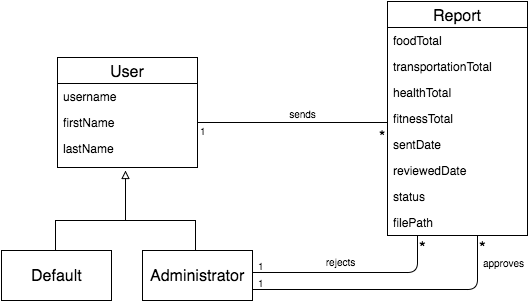
Before: imagenes/class_diagram_server.png, a diagram exported from draw.io (susana1710/libro-pasantia). Source tidied: cells renumbered, new cells last; positions are measured from the earlier drawing's top-left corner, leaving out a move shared by most shapes.
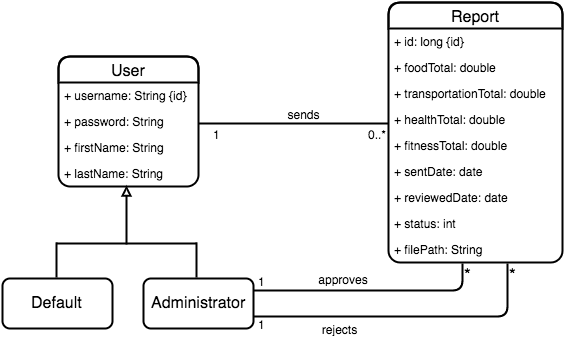
Later version of the same file.

What changed in the source:
```diff
@@ -2,101 +2,101 @@
   <root>
     <mxCell id="0" />
     <mxCell id="1" parent="0" />
-    <mxCell id="2" value="User" style="swimlane;html=1;fontStyle=0;horizontal=1;startSize=26;fillColor=none;swimlaneFillColor=#ffffff;fontSize=16;" parent="1" vertex="1">
-      <mxGeometry x="56" y="56" width="140" height="110" as="geometry" />
+    <mxCell id="2" value="User" style="swimlane;html=1;fontStyle=0;horizontal=1;startSize=26;fillColor=none;swimlaneFillColor=#ffffff;fontSize=16;rounded=1;shadow=0;comic=0;glass=0;strokeWidth=2;" parent="1" vertex="1">
+      <mxGeometry x="56" y="54" width="140" height="130" as="geometry" />
     </mxCell>
-    <mxCell id="3" value="username" style="text;html=1;strokeColor=none;fillColor=none;align=left;verticalAlign=top;spacingLeft=4;spacingRight=4;whiteSpace=wrap;overflow=hidden;" parent="2" vertex="1">
-      <mxGeometry y="26" width="140" height="26" as="geometry" />
-    </mxCell>
+    <mxCell id="33" value="&lt;span&gt;+ username: String {id}&lt;/span&gt;" style="text;html=1;strokeColor=none;fillColor=none;align=left;verticalAlign=top;spacingLeft=4;spacingRight=4;whiteSpace=wrap;overflow=hidden;" parent="2" vertex="1">
+      <mxGeometry y="26" width="140" height="26" as="geometry" />
+    </mxCell>
+    <mxCell id="34" value="+ password: String" style="text;html=1;strokeColor=none;fillColor=none;align=left;verticalAlign=top;spacingLeft=4;spacingRight=4;whiteSpace=wrap;overflow=hidden;" parent="2" vertex="1">
+      <mxGeometry y="52" width="140" height="26" as="geometry" />
+    </mxCell>
-    <mxCell id="4" value="firstName" style="text;html=1;strokeColor=none;fillColor=none;align=left;verticalAlign=top;spacingLeft=4;spacingRight=4;whiteSpace=wrap;overflow=hidden;" parent="2" vertex="1">
-      <mxGeometry y="52" width="140" height="26" as="geometry" />
+    <mxCell id="4" value="+ firstName: String" style="text;html=1;strokeColor=none;fillColor=none;align=left;verticalAlign=top;spacingLeft=4;spacingRight=4;whiteSpace=wrap;overflow=hidden;" parent="2" vertex="1">
+      <mxGeometry y="78" width="140" height="26" as="geometry" />
     </mxCell>
-    <mxCell id="5" value="lastName" style="text;html=1;strokeColor=none;fillColor=none;align=left;verticalAlign=top;spacingLeft=4;spacingRight=4;whiteSpace=wrap;overflow=hidden;points=[[0,0.5],[1,0.5]];portConstraint=eastwest;" parent="2" vertex="1">
-      <mxGeometry y="78" width="140" height="26" as="geometry" />
+    <mxCell id="5" value="+ lastName: String" style="text;html=1;strokeColor=none;fillColor=none;align=left;verticalAlign=top;spacingLeft=4;spacingRight=4;whiteSpace=wrap;overflow=hidden;points=[[0,0.5],[1,0.5]];portConstraint=eastwest;" parent="2" vertex="1">
+      <mxGeometry y="104" width="140" height="26" as="geometry" />
     </mxCell>
-    <mxCell id="6" value="Report" style="swimlane;html=1;fontStyle=0;horizontal=1;startSize=26;fillColor=none;swimlaneFillColor=#ffffff;fontSize=16;" parent="1" vertex="1">
-      <mxGeometry x="386" width="140" height="234" as="geometry" />
+    <mxCell id="6" value="Report" style="swimlane;html=1;fontStyle=0;horizontal=1;startSize=26;fillColor=none;swimlaneFillColor=#ffffff;fontSize=16;rounded=1;shadow=0;strokeWidth=2;" parent="1" vertex="1">
+      <mxGeometry x="386" width="174" height="260" as="geometry" />
     </mxCell>
+    <mxCell id="35" value="+ id: long {id}&lt;br&gt;" style="text;html=1;strokeColor=none;fillColor=none;align=left;verticalAlign=top;spacingLeft=4;spacingRight=4;whiteSpace=wrap;overflow=hidden;" parent="6" vertex="1">
+      <mxGeometry y="26" width="174" height="26" as="geometry" />
+    </mxCell>
-    <mxCell id="7" value="foodTotal" style="text;html=1;strokeColor=none;fillColor=none;align=left;verticalAlign=top;spacingLeft=4;spacingRight=4;whiteSpace=wrap;overflow=hidden;" parent="6" vertex="1">
-      <mxGeometry y="26" width="140" height="26" as="geometry" />
+    <mxCell id="7" value="+ foodTotal: double" style="text;html=1;strokeColor=none;fillColor=none;align=left;verticalAlign=top;spacingLeft=4;spacingRight=4;whiteSpace=wrap;overflow=hidden;" parent="6" vertex="1">
+      <mxGeometry y="52" width="174" height="26" as="geometry" />
     </mxCell>
-    <mxCell id="8" value="transportationTotal" style="text;html=1;strokeColor=none;fillColor=none;align=left;verticalAlign=top;spacingLeft=4;spacingRight=4;whiteSpace=wrap;overflow=hidden;" parent="6" vertex="1">
-      <mxGeometry y="52" width="140" height="26" as="geometry" />
+    <mxCell id="8" value="+ transportationTotal: double" style="text;html=1;strokeColor=none;fillColor=none;align=left;verticalAlign=top;spacingLeft=4;spacingRight=4;whiteSpace=wrap;overflow=hidden;" parent="6" vertex="1">
+      <mxGeometry y="78" width="174" height="26" as="geometry" />
     </mxCell>
-    <mxCell id="9" value="healthTotal" style="text;html=1;strokeColor=none;fillColor=none;align=left;verticalAlign=top;spacingLeft=4;spacingRight=4;whiteSpace=wrap;overflow=hidden;" parent="6" vertex="1">
-      <mxGeometry y="78" width="140" height="26" as="geometry" />
+    <mxCell id="9" value="+ healthTotal: double" style="text;html=1;strokeColor=none;fillColor=none;align=left;verticalAlign=top;spacingLeft=4;spacingRight=4;whiteSpace=wrap;overflow=hidden;" parent="6" vertex="1">
+      <mxGeometry y="104" width="174" height="26" as="geometry" />
     </mxCell>
-    <mxCell id="10" value="fitnessTotal" style="text;html=1;strokeColor=none;fillColor=none;align=left;verticalAlign=top;spacingLeft=4;spacingRight=4;whiteSpace=wrap;overflow=hidden;" parent="6" vertex="1">
-      <mxGeometry y="104" width="140" height="26" as="geometry" />
-    </mxCell>
+    <mxCell id="36" value="+ fitnessTotal: double" style="text;html=1;strokeColor=none;fillColor=none;align=left;verticalAlign=top;spacingLeft=4;spacingRight=4;whiteSpace=wrap;overflow=hidden;" parent="6" vertex="1">
+      <mxGeometry y="130" width="174" height="26" as="geometry" />
+    </mxCell>
-    <mxCell id="11" value="sentDate" style="text;html=1;strokeColor=none;fillColor=none;align=left;verticalAlign=top;spacingLeft=4;spacingRight=4;whiteSpace=wrap;overflow=hidden;" parent="6" vertex="1">
-      <mxGeometry y="130" width="140" height="26" as="geometry" />
+    <mxCell id="11" value="+ sentDate: date" style="text;html=1;strokeColor=none;fillColor=none;align=left;verticalAlign=top;spacingLeft=4;spacingRight=4;whiteSpace=wrap;overflow=hidden;" parent="6" vertex="1">
+      <mxGeometry y="156" width="174" height="26" as="geometry" />
     </mxCell>
-    <mxCell id="12" value="reviewedDate" style="text;html=1;strokeColor=none;fillColor=none;align=left;verticalAlign=top;spacingLeft=4;spacingRight=4;whiteSpace=wrap;overflow=hidden;" parent="6" vertex="1">
-      <mxGeometry y="156" width="140" height="26" as="geometry" />
+    <mxCell id="12" value="+ reviewedDate: date" style="text;html=1;strokeColor=none;fillColor=none;align=left;verticalAlign=top;spacingLeft=4;spacingRight=4;whiteSpace=wrap;overflow=hidden;rounded=1;shadow=1;" parent="6" vertex="1">
+      <mxGeometry y="182" width="174" height="26" as="geometry" />
     </mxCell>
-    <mxCell id="13" value="status" style="text;html=1;strokeColor=none;fillColor=none;align=left;verticalAlign=top;spacingLeft=4;spacingRight=4;whiteSpace=wrap;overflow=hidden;" parent="6" vertex="1">
-      <mxGeometry y="182" width="140" height="26" as="geometry" />
+    <mxCell id="13" value="+ status: int" style="text;html=1;strokeColor=none;fillColor=none;align=left;verticalAlign=top;spacingLeft=4;spacingRight=4;whiteSpace=wrap;overflow=hidden;" parent="6" vertex="1">
+      <mxGeometry y="208" width="174" height="26" as="geometry" />
     </mxCell>
-    <mxCell id="14" value="filePath" style="text;html=1;strokeColor=none;fillColor=none;align=left;verticalAlign=top;spacingLeft=4;spacingRight=4;whiteSpace=wrap;overflow=hidden;" parent="6" vertex="1">
-      <mxGeometry y="208" width="140" height="26" as="geometry" />
+    <mxCell id="14" value="+ filePath: String" style="text;html=1;strokeColor=none;fillColor=none;align=left;verticalAlign=top;spacingLeft=4;spacingRight=4;whiteSpace=wrap;overflow=hidden;" parent="6" vertex="1">
+      <mxGeometry y="234" width="174" height="26" as="geometry" />
     </mxCell>
-    <mxCell id="15" style="endArrow=none;html=1;edgeStyle=orthogonalEdgeStyle;fontSize=16;" parent="1" edge="1">
+    <mxCell id="15" style="endArrow=none;html=1;edgeStyle=orthogonalEdgeStyle;fontSize=16;startArrow=none;startFill=0;startSize=11;strokeWidth=2;" parent="1" edge="1">
       <mxGeometry relative="1" as="geometry">
         <mxPoint x="196" y="121" as="sourcePoint" />
         <mxPoint x="386" y="121" as="targetPoint" />
       </mxGeometry>
     </mxCell>
-    <mxCell id="16" value="1" style="html=1;align=left;verticalAlign=bottom;labelBackgroundColor=#ffffff;fontSize=10;" parent="15" vertex="1">
-      <mxGeometry x="-1" relative="1" as="geometry">
-        <mxPoint y="16" as="offset" />
-      </mxGeometry>
-    </mxCell>
-    <mxCell id="17" value="*" style="html=1;align=right;verticalAlign=bottom;labelBackgroundColor=#ffffff;fontSize=16;" parent="15" vertex="1">
+    <mxCell id="17" value="&lt;font style=&quot;font-size: 12px&quot;&gt;0..*&lt;/font&gt;" style="html=1;align=right;verticalAlign=bottom;labelBackgroundColor=#ffffff;fontSize=16;" parent="15" vertex="1">
       <mxGeometry x="1" relative="1" as="geometry">
-        <mxPoint y="26" as="offset" />
+        <mxPoint y="22" as="offset" />
       </mxGeometry>
     </mxCell>
-    <mxCell id="18" value="&lt;font style=&quot;font-size: 10px&quot;&gt;sends&lt;/font&gt;" style="text;html=1;strokeColor=none;fillColor=none;align=center;verticalAlign=middle;whiteSpace=wrap;overflow=hidden;fontSize=16;" parent="1" vertex="1">
+    <mxCell id="18" value="&lt;font style=&quot;font-size: 12px&quot;&gt;sends&lt;/font&gt;" style="text;html=1;strokeColor=none;fillColor=none;align=center;verticalAlign=middle;whiteSpace=wrap;overflow=hidden;fontSize=16;strokeWidth=1;" parent="1" vertex="1">
       <mxGeometry x="276" y="101" width="50" height="20" as="geometry" />
     </mxCell>
-    <mxCell id="19" value="Default" style="html=1;fontSize=16;" parent="1" vertex="1">
-      <mxGeometry y="249" width="110" height="50" as="geometry" />
+    <mxCell id="19" value="Default" style="html=1;fontSize=16;rounded=1;shadow=0;strokeWidth=2;" parent="1" vertex="1">
+      <mxGeometry y="276" width="110" height="50" as="geometry" />
     </mxCell>
-    <mxCell id="20" value="Administrator" style="html=1;fontSize=16;" parent="1" vertex="1">
-      <mxGeometry x="141" y="249" width="110" height="50" as="geometry" />
+    <mxCell id="20" value="Administrator" style="html=1;fontSize=16;rounded=1;shadow=0;strokeWidth=2;" parent="1" vertex="1">
+      <mxGeometry x="141" y="276" width="110" height="50" as="geometry" />
     </mxCell>
-    <mxCell id="21" style="endArrow=block;html=1;entryX=0.5;entryY=1;endFill=0;" parent="1" edge="1">
-      <mxGeometry x="124" y="169" as="geometry">
-        <mxPoint x="124" y="219" as="sourcePoint" />
-        <mxPoint x="124" y="169" as="targetPoint" />
+    <mxCell id="21" style="endArrow=block;html=1;entryX=0.486;entryY=0.962;endFill=0;strokeWidth=2;entryPerimeter=0;" parent="1" edge="1" target="5">
+      <mxGeometry x="124" y="191" as="geometry">
+        <mxPoint x="124" y="242" as="sourcePoint" />
       </mxGeometry>
     </mxCell>
-    <mxCell id="22" style="endArrow=none;html=1;endFill=0;" parent="1" edge="1">
-      <mxGeometry x="54" y="219" as="geometry">
-        <mxPoint x="194" y="219" as="sourcePoint" />
-        <mxPoint x="54" y="219" as="targetPoint" />
+    <mxCell id="22" style="endArrow=none;html=1;endFill=0;strokeWidth=2;" parent="1" edge="1">
+      <mxGeometry x="54" y="241" as="geometry">
+        <mxPoint x="194" y="241" as="sourcePoint" />
+        <mxPoint x="54" y="241" as="targetPoint" />
       </mxGeometry>
     </mxCell>
-    <mxCell id="23" style="endArrow=none;html=1;endFill=0;" parent="1" edge="1">
-      <mxGeometry x="54" y="219" as="geometry">
-        <mxPoint x="54" y="219" as="sourcePoint" />
-        <mxPoint x="54" y="249" as="targetPoint" />
+    <mxCell id="23" style="endArrow=none;html=1;endFill=0;strokeWidth=2;" parent="1" edge="1">
+      <mxGeometry x="54" y="224" as="geometry">
+        <mxPoint x="54" y="240" as="sourcePoint" />
+        <mxPoint x="54" y="275" as="targetPoint" />
       </mxGeometry>
     </mxCell>
-    <mxCell id="24" style="endArrow=none;html=1;endFill=0;" parent="1" edge="1">
-      <mxGeometry x="87" y="219" as="geometry">
-        <mxPoint x="194" y="219" as="sourcePoint" />
-        <mxPoint x="194" y="249" as="targetPoint" />
+    <mxCell id="24" style="endArrow=none;html=1;endFill=0;strokeWidth=2;" parent="1" edge="1">
+      <mxGeometry x="87" y="224" as="geometry">
+        <mxPoint x="194" y="240" as="sourcePoint" />
+        <mxPoint x="194" y="275" as="targetPoint" />
       </mxGeometry>
     </mxCell>
-    <mxCell id="25" style="endArrow=none;html=1;edgeStyle=orthogonalEdgeStyle;fontSize=16;entryX=1;entryY=0.5;" parent="1" edge="1">
+    <mxCell id="25" style="endArrow=none;html=1;edgeStyle=orthogonalEdgeStyle;fontSize=16;strokeWidth=2;" parent="1" edge="1">
       <mxGeometry relative="1" as="geometry">
-        <mxPoint x="416" y="235" as="sourcePoint" />
-        <mxPoint x="251" y="271" as="targetPoint" />
+        <mxPoint x="460" y="261" as="sourcePoint" />
+        <mxPoint x="251" y="288" as="targetPoint" />
         <Array as="points">
-          <mxPoint x="416" y="235" />
-          <mxPoint x="416" y="271" />
+          <mxPoint x="460" y="261" />
+          <mxPoint x="460" y="288" />
         </Array>
       </mxGeometry>
     </mxCell>
@@ -105,35 +105,40 @@
         <mxPoint x="-1" y="22" as="offset" />
       </mxGeometry>
     </mxCell>
-    <mxCell id="27" value="1" style="html=1;align=right;verticalAlign=bottom;labelBackgroundColor=#ffffff;fontSize=10;" parent="25" vertex="1">
+    <mxCell id="27" value="1" style="html=1;align=right;verticalAlign=bottom;labelBackgroundColor=#ffffff;fontSize=12;" parent="25" vertex="1">
       <mxGeometry x="1" relative="1" as="geometry">
-        <mxPoint x="14" y="1" as="offset" />
+        <mxPoint x="14" as="offset" />
       </mxGeometry>
     </mxCell>
-    <mxCell id="28" style="endArrow=none;html=1;edgeStyle=orthogonalEdgeStyle;fontSize=16;entryX=1;entryY=0.5;exitX=0.643;exitY=1.192;exitPerimeter=0;" parent="1" edge="1">
-      <mxGeometry x="251" y="252" as="geometry">
-        <mxPoint x="476" y="235" as="sourcePoint" />
-        <mxPoint x="251" y="288" as="targetPoint" />
-        <Array as="points">
-          <mxPoint x="476" y="288" />
-        </Array>
-      </mxGeometry>
-    </mxCell>
+    <mxCell id="37" style="endArrow=none;html=1;edgeStyle=orthogonalEdgeStyle;fontSize=16;strokeWidth=2;exitX=0.684;exitY=1.154;exitPerimeter=0;" parent="1" edge="1">
+      <mxGeometry x="251" y="287" as="geometry">
+        <mxPoint x="505" y="261" as="sourcePoint" />
+        <mxPoint x="251" y="314" as="targetPoint" />
+        <Array as="points">
+          <mxPoint x="505" y="314" />
+        </Array>
+      </mxGeometry>
+    </mxCell>
-    <mxCell id="29" value="*" style="html=1;align=left;verticalAlign=bottom;labelBackgroundColor=#ffffff;fontSize=17;" parent="28" vertex="1">
+    <mxCell id="29" value="*" style="html=1;align=left;verticalAlign=bottom;labelBackgroundColor=#ffffff;fontSize=17;" parent="37" vertex="1">
       <mxGeometry x="-1" relative="1" as="geometry">
         <mxPoint x="-1" y="22" as="offset" />
       </mxGeometry>
     </mxCell>
-    <mxCell id="30" value="1" style="html=1;align=right;verticalAlign=bottom;labelBackgroundColor=#ffffff;fontSize=10;" parent="28" vertex="1">
-      <mxGeometry x="1" relative="1" as="geometry">
-        <mxPoint x="14" y="1" as="offset" />
-      </mxGeometry>
-    </mxCell>
+    <mxCell id="38" value="1" style="html=1;align=right;verticalAlign=bottom;labelBackgroundColor=#ffffff;fontSize=12;" parent="37" vertex="1">
+      <mxGeometry x="1" relative="1" as="geometry">
+        <mxPoint x="14" y="17" as="offset" />
+      </mxGeometry>
+    </mxCell>
+    <mxCell id="32" value="&lt;font style=&quot;font-size: 12px&quot;&gt;approves&lt;/font&gt;" style="text;html=1;strokeColor=none;fillColor=none;align=center;verticalAlign=middle;whiteSpace=wrap;overflow=hidden;fontSize=16;strokeWidth=1;" parent="1" vertex="1">
+      <mxGeometry x="311" y="266" width="59" height="20" as="geometry" />
+    </mxCell>
-    <mxCell id="31" value="&lt;font style=&quot;font-size: 10px&quot;&gt;rejects&lt;/font&gt;" style="text;html=1;strokeColor=none;fillColor=none;align=center;verticalAlign=middle;whiteSpace=wrap;overflow=hidden;fontSize=17;" parent="1" vertex="1">
-      <mxGeometry x="303" y="242" width="70" height="32" as="geometry" />
+    <mxCell id="31" value="&lt;font style=&quot;font-size: 12px&quot;&gt;rejects&lt;/font&gt;" style="text;html=1;strokeColor=none;fillColor=none;align=center;verticalAlign=middle;whiteSpace=wrap;overflow=hidden;fontSize=16;strokeWidth=1;" parent="1" vertex="1">
+      <mxGeometry x="311" y="316" width="50" height="20" as="geometry" />
     </mxCell>
-    <mxCell id="32" value="&lt;font style=&quot;font-size: 10px&quot;&gt;approves&lt;/font&gt;" style="text;html=1;strokeColor=none;fillColor=none;align=center;verticalAlign=middle;whiteSpace=wrap;overflow=hidden;fontSize=17;" parent="1" vertex="1">
-      <mxGeometry x="476" y="246" width="50" height="25" as="geometry" />
-    </mxCell>
+    <mxCell id="39" value="&lt;font style=&quot;font-size: 12px&quot;&gt;1&lt;/font&gt;" style="html=1;align=right;verticalAlign=bottom;labelBackgroundColor=#ffffff;fontSize=16;" parent="1" vertex="1">
+      <mxGeometry x="220" y="122" as="geometry">
+        <mxPoint y="21" as="offset" />
+      </mxGeometry>
+    </mxCell>
   </root>
 </mxGraphModel>
```
